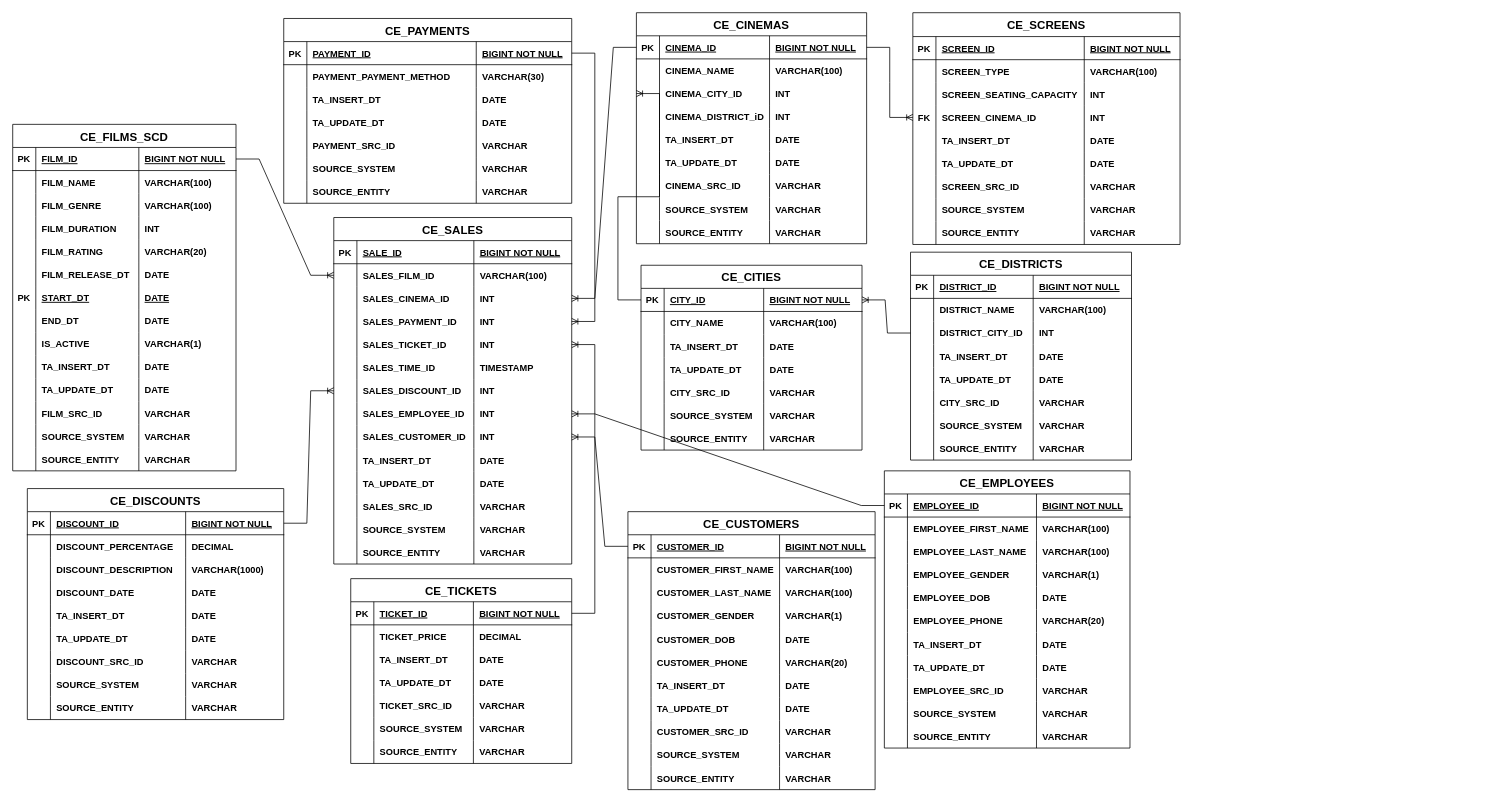
This is ticket_sales_3NF.drawio from GiorgiEz/DB-modeling, a draw.io file, before an edit. Source tidied: cells renumbered, new cells numbered last; positions are measured from the earlier drawing's top-left corner, leaving out a move shared by most shapes. Both pictures are drawn from the tidied source at 77%, with x=0, y=0 at pixel (12, 12).
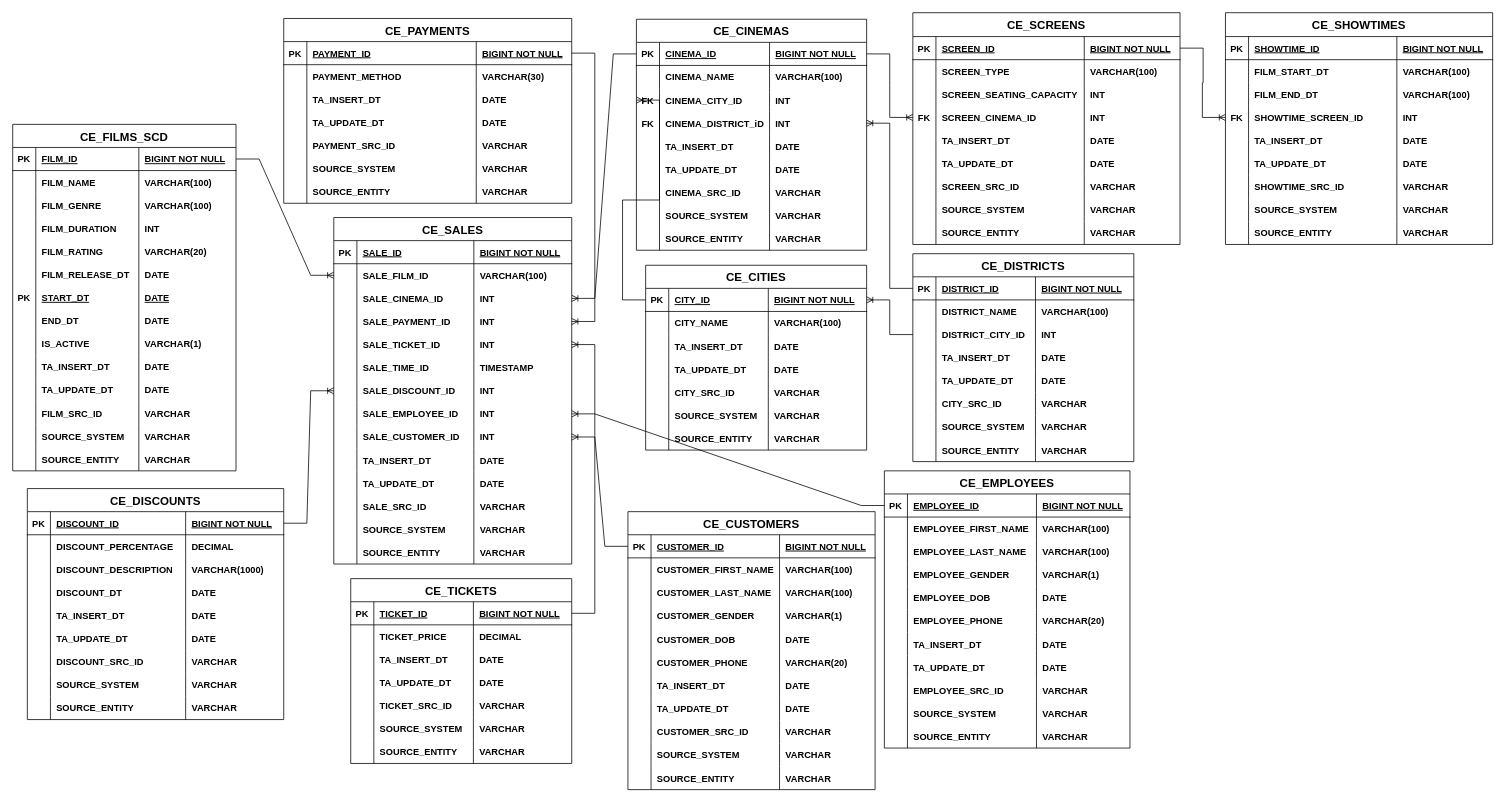
Above is the later version.

The change refers to these unchanged cells:
```xml
<mxCell id="68" style="shape=partialRectangle;fillColor=none;points=[[0,0.5],[1,0.5]];portConstraint=eastwest;top=0;left=0;right=0;bottom=0;" parent="59" vertex="1">
  <mxGeometry y="90" width="299" height="30" as="geometry" />
</mxCell>
<mxCell id="72" style="shape=partialRectangle;fillColor=none;points=[[0,0.5],[1,0.5]];portConstraint=eastwest;top=0;left=0;right=0;bottom=0;" parent="59" vertex="1">
  <mxGeometry y="120" width="299" height="30" as="geometry" />
</mxCell>
<mxCell id="97" style="shape=partialRectangle;fillColor=none;points=[[0,0.5],[1,0.5]];portConstraint=eastwest;top=0;left=0;right=0;bottom=1;" parent="96" vertex="1">
  <mxGeometry y="31" width="347" height="30" as="geometry" />
</mxCell>
<mxCell id="146" style="shape=partialRectangle;fillColor=none;top=0;left=0;right=0;bottom=0;" parent="133" vertex="1">
  <mxGeometry y="120" width="333" height="30" as="geometry" />
</mxCell>
<mxCell id="204" style="shape=partialRectangle;fillColor=none;top=0;left=0;right=0;bottom=0;" parent="199" vertex="1">
  <mxGeometry y="60" width="374" height="30" as="geometry" />
</mxCell>
<mxCell id="323" style="shape=partialRectangle;fillColor=none;points=[[0,0.5],[1,0.5]];portConstraint=eastwest;top=0;left=0;right=0;bottom=0;" parent="318" vertex="1">
  <mxGeometry y="60" width="309" height="30" as="geometry" />
</mxCell>
<mxCell id="327" style="shape=partialRectangle;fillColor=none;points=[[0,0.5],[1,0.5]];portConstraint=eastwest;top=0;left=0;right=0;bottom=0;" parent="318" vertex="1">
  <mxGeometry y="90" width="309" height="30" as="geometry" />
</mxCell>
<mxCell id="331" style="shape=partialRectangle;fillColor=none;points=[[0,0.5],[1,0.5]];portConstraint=eastwest;top=0;left=0;right=0;bottom=0;" parent="318" vertex="1">
  <mxGeometry y="120" width="309" height="30" as="geometry" />
</mxCell>
<mxCell id="335" style="shape=partialRectangle;fillColor=none;points=[[0,0.5],[1,0.5]];portConstraint=eastwest;top=0;left=0;right=0;bottom=0;" parent="318" vertex="1">
  <mxGeometry y="150" width="309" height="30" as="geometry" />
</mxCell>
<mxCell id="339" style="shape=partialRectangle;fillColor=none;top=0;left=0;right=0;bottom=0;" parent="318" vertex="1">
  <mxGeometry y="180" width="309" height="30" as="geometry" />
</mxCell>
<mxCell id="343" style="shape=partialRectangle;fillColor=none;points=[[0,0.5],[1,0.5]];portConstraint=eastwest;top=0;left=0;right=0;bottom=0;" parent="318" vertex="1">
  <mxGeometry y="210" width="309" height="30" as="geometry" />
</mxCell>
<mxCell id="347" style="shape=partialRectangle;fillColor=none;points=[[0,0.5],[1,0.5]];portConstraint=eastwest;top=0;left=0;right=0;bottom=0;" parent="318" vertex="1">
  <mxGeometry y="240" width="309" height="30" as="geometry" />
</mxCell>
<mxCell id="351" style="shape=partialRectangle;fillColor=none;points=[[0,0.5],[1,0.5]];portConstraint=eastwest;top=0;left=0;right=0;bottom=0;" parent="318" vertex="1">
  <mxGeometry y="270" width="309" height="30" as="geometry" />
</mxCell>
<mxCell id="363" style="shape=partialRectangle;fillColor=none;top=0;left=0;right=0;bottom=0;" parent="318" vertex="1">
  <mxGeometry y="360" width="309" height="30" as="geometry" />
</mxCell>
<mxCell id="414" style="shape=partialRectangle;fillColor=none;points=[[0,0.5],[1,0.5]];portConstraint=eastwest;top=0;left=0;right=0;bottom=1;" parent="413" vertex="1">
  <mxGeometry y="30" width="287" height="30" as="geometry" />
</mxCell>
```

Change to the diagram source:
```diff
@@
     <mxCell id="59" value="CE_CINEMAS" style="shape=table;startSize=30;childLayout=tableLayout;rowLines=0;fontStyle=1;align=center;fontSize=15;" parent="1" vertex="1">
-      <mxGeometry x="810" width="299" height="300" as="geometry" />
+      <mxGeometry x="810" y="8.5" width="299" height="300" as="geometry" />
     </mxCell>
@@
-    <mxCell id="69" style="shape=partialRectangle;overflow=hidden;fillColor=none;top=0;left=0;bottom=0;right=0;" parent="68" vertex="1">
+    <mxCell id="69" value="FK" style="shape=partialRectangle;overflow=hidden;fillColor=none;top=0;left=0;bottom=0;right=0;fontStyle=1;" parent="68" vertex="1">
       <mxGeometry width="30" height="30" as="geometry" />
     </mxCell>
@@
-    <mxCell id="73" style="shape=partialRectangle;overflow=hidden;fillColor=none;top=0;left=0;bottom=0;right=0;" parent="72" vertex="1">
+    <mxCell id="73" value="FK" style="shape=partialRectangle;overflow=hidden;fillColor=none;top=0;left=0;bottom=0;right=0;fontStyle=1;" parent="72" vertex="1">
       <mxGeometry width="30" height="30" as="geometry" />
     </mxCell>
@@
-    <mxCell id="148" value="DISCOUNT_DATE" style="shape=partialRectangle;overflow=hidden;fillColor=none;top=0;left=0;bottom=0;right=0;align=left;spacingLeft=6;fontStyle=1;" parent="146" vertex="1">
+    <mxCell id="148" value="DISCOUNT_DT" style="shape=partialRectangle;overflow=hidden;fillColor=none;top=0;left=0;bottom=0;right=0;align=left;spacingLeft=6;fontStyle=1;" parent="146" vertex="1">
       <mxGeometry x="30" width="175.6" height="30" as="geometry" />
     </mxCell>
@@
-    <mxCell id="206" value="PAYMENT_PAYMENT_METHOD" style="shape=partialRectangle;overflow=hidden;fillColor=none;top=0;left=0;bottom=0;right=0;align=left;spacingLeft=6;fontStyle=1;" parent="204" vertex="1">
+    <mxCell id="206" value="PAYMENT_METHOD" style="shape=partialRectangle;overflow=hidden;fillColor=none;top=0;left=0;bottom=0;right=0;align=left;spacingLeft=6;fontStyle=1;" parent="204" vertex="1">
       <mxGeometry x="30" width="220" height="30" as="geometry" />
     </mxCell>
@@
-    <mxCell id="325" value="SALES_FILM_ID" style="shape=partialRectangle;overflow=hidden;fillColor=none;top=0;left=0;bottom=0;right=0;align=left;spacingLeft=6;fontStyle=1;" parent="323" vertex="1">
+    <mxCell id="325" value="SALE_FILM_ID" style="shape=partialRectangle;overflow=hidden;fillColor=none;top=0;left=0;bottom=0;right=0;align=left;spacingLeft=6;fontStyle=1;" parent="323" vertex="1">
       <mxGeometry x="30" width="151.9" height="30" as="geometry" />
     </mxCell>
@@
-    <mxCell id="329" value="SALES_CINEMA_ID" style="shape=partialRectangle;overflow=hidden;fillColor=none;top=0;left=0;bottom=0;right=0;align=left;spacingLeft=6;fontStyle=1;" parent="327" vertex="1">
+    <mxCell id="329" value="SALE_CINEMA_ID" style="shape=partialRectangle;overflow=hidden;fillColor=none;top=0;left=0;bottom=0;right=0;align=left;spacingLeft=6;fontStyle=1;" parent="327" vertex="1">
       <mxGeometry x="30" width="151.9" height="30" as="geometry" />
     </mxCell>
@@
-    <mxCell id="333" value="SALES_PAYMENT_ID" style="shape=partialRectangle;overflow=hidden;fillColor=none;top=0;left=0;bottom=0;right=0;align=left;spacingLeft=6;fontStyle=1;" parent="331" vertex="1">
+    <mxCell id="333" value="SALE_PAYMENT_ID" style="shape=partialRectangle;overflow=hidden;fillColor=none;top=0;left=0;bottom=0;right=0;align=left;spacingLeft=6;fontStyle=1;" parent="331" vertex="1">
       <mxGeometry x="30" width="151.9" height="30" as="geometry" />
     </mxCell>
@@
-    <mxCell id="337" value="SALES_TICKET_ID" style="shape=partialRectangle;overflow=hidden;fillColor=none;top=0;left=0;bottom=0;right=0;align=left;spacingLeft=6;fontStyle=1;" parent="335" vertex="1">
+    <mxCell id="337" value="SALE_TICKET_ID" style="shape=partialRectangle;overflow=hidden;fillColor=none;top=0;left=0;bottom=0;right=0;align=left;spacingLeft=6;fontStyle=1;" parent="335" vertex="1">
       <mxGeometry x="30" width="151.9" height="30" as="geometry" />
     </mxCell>
@@
-    <mxCell id="341" value="SALES_TIME_ID" style="shape=partialRectangle;overflow=hidden;fillColor=none;top=0;left=0;bottom=0;right=0;align=left;spacingLeft=6;fontStyle=1;" parent="339" vertex="1">
+    <mxCell id="341" value="SALE_TIME_ID" style="shape=partialRectangle;overflow=hidden;fillColor=none;top=0;left=0;bottom=0;right=0;align=left;spacingLeft=6;fontStyle=1;" parent="339" vertex="1">
       <mxGeometry x="30" width="151.9" height="30" as="geometry" />
     </mxCell>
@@
-    <mxCell id="345" value="SALES_DISCOUNT_ID" style="shape=partialRectangle;overflow=hidden;fillColor=none;top=0;left=0;bottom=0;right=0;align=left;spacingLeft=6;fontStyle=1;" parent="343" vertex="1">
+    <mxCell id="345" value="SALE_DISCOUNT_ID" style="shape=partialRectangle;overflow=hidden;fillColor=none;top=0;left=0;bottom=0;right=0;align=left;spacingLeft=6;fontStyle=1;" parent="343" vertex="1">
       <mxGeometry x="30" width="151.9" height="30" as="geometry" />
     </mxCell>
@@
-    <mxCell id="349" value="SALES_EMPLOYEE_ID" style="shape=partialRectangle;overflow=hidden;fillColor=none;top=0;left=0;bottom=0;right=0;align=left;spacingLeft=6;fontStyle=1;" parent="347" vertex="1">
+    <mxCell id="349" value="SALE_EMPLOYEE_ID" style="shape=partialRectangle;overflow=hidden;fillColor=none;top=0;left=0;bottom=0;right=0;align=left;spacingLeft=6;fontStyle=1;" parent="347" vertex="1">
       <mxGeometry x="30" width="151.9" height="30" as="geometry" />
     </mxCell>
@@
-    <mxCell id="353" value="SALES_CUSTOMER_ID" style="shape=partialRectangle;overflow=hidden;fillColor=none;top=0;left=0;bottom=0;right=0;align=left;spacingLeft=6;fontStyle=1;" parent="351" vertex="1">
+    <mxCell id="353" value="SALE_CUSTOMER_ID" style="shape=partialRectangle;overflow=hidden;fillColor=none;top=0;left=0;bottom=0;right=0;align=left;spacingLeft=6;fontStyle=1;" parent="351" vertex="1">
       <mxGeometry x="30" width="151.9" height="30" as="geometry" />
     </mxCell>
@@
-    <mxCell id="365" value="SALES_SRC_ID" style="shape=partialRectangle;overflow=hidden;fillColor=none;top=0;left=0;bottom=0;right=0;align=left;spacingLeft=6;fontStyle=1;" parent="363" vertex="1">
+    <mxCell id="365" value="SALE_SRC_ID" style="shape=partialRectangle;overflow=hidden;fillColor=none;top=0;left=0;bottom=0;right=0;align=left;spacingLeft=6;fontStyle=1;" parent="363" vertex="1">
       <mxGeometry x="30" width="151.9" height="30" as="geometry" />
     </mxCell>
@@
     <mxCell id="383" value="CE_CITIES" style="shape=table;startSize=30;childLayout=tableLayout;rowLines=0;fontStyle=1;align=center;fontSize=15;" parent="1" vertex="1">
-      <mxGeometry x="816" y="328" width="287" height="240" as="geometry" />
+      <mxGeometry x="822" y="328" width="287" height="240" as="geometry" />
     </mxCell>
@@
     <mxCell id="413" value="CE_DISTRICTS" style="shape=table;startSize=30;childLayout=tableLayout;rowLines=0;fontStyle=1;align=center;fontSize=15;" parent="1" vertex="1">
-      <mxGeometry x="1166" y="311" width="287" height="270" as="geometry" />
+      <mxGeometry x="1169" y="313" width="287" height="270" as="geometry" />
     </mxCell>
@@
+    <mxCell id="447" value="CE_SHOWTIMES" style="shape=table;startSize=31;childLayout=tableLayout;rowLines=0;fontStyle=1;align=center;fontSize=15;" parent="1" vertex="1">
+      <mxGeometry x="1575" width="347" height="301" as="geometry" />
+    </mxCell>
+    <mxCell id="448" style="shape=partialRectangle;fillColor=none;top=0;left=0;right=0;bottom=1;" parent="447" vertex="1">
+      <mxGeometry y="31" width="347" height="30" as="geometry" />
+    </mxCell>
+    <mxCell id="449" value="PK" style="shape=partialRectangle;overflow=hidden;fillColor=none;top=0;left=0;bottom=0;right=0;fontStyle=1;" parent="448" vertex="1">
+      <mxGeometry width="30" height="30" as="geometry" />
+    </mxCell>
+    <mxCell id="450" value="SHOWTIME_ID" style="shape=partialRectangle;overflow=hidden;fillColor=none;top=0;left=0;bottom=0;right=0;align=left;spacingLeft=6;fontStyle=5;" parent="448" vertex="1">
+      <mxGeometry x="30" width="192.6" height="30" as="geometry" />
+    </mxCell>
+    <mxCell id="451" value="BIGINT NOT NULL" style="shape=partialRectangle;overflow=hidden;fillColor=none;top=0;left=0;bottom=0;right=0;align=left;spacingLeft=6;fontStyle=5;" parent="448" vertex="1">
+      <mxGeometry x="222.6" width="124.4" height="30" as="geometry" />
+    </mxCell>
+    <mxCell id="452" style="shape=partialRectangle;fillColor=none;top=0;left=0;right=0;bottom=0;" parent="447" vertex="1">
+      <mxGeometry y="61" width="347" height="30" as="geometry" />
+    </mxCell>
+    <mxCell id="453" style="shape=partialRectangle;overflow=hidden;fillColor=none;top=0;left=0;bottom=0;right=0;" parent="452" vertex="1">
+      <mxGeometry width="30" height="30" as="geometry" />
+    </mxCell>
+    <mxCell id="454" value="FILM_START_DT" style="shape=partialRectangle;overflow=hidden;fillColor=none;top=0;left=0;bottom=0;right=0;align=left;spacingLeft=6;fontStyle=1;" parent="452" vertex="1">
+      <mxGeometry x="30" width="192.6" height="30" as="geometry" />
+    </mxCell>
+    <mxCell id="455" value="VARCHAR(100)" style="shape=partialRectangle;overflow=hidden;fillColor=none;top=0;left=0;bottom=0;right=0;align=left;spacingLeft=6;fontStyle=1;" parent="452" vertex="1">
+      <mxGeometry x="222.6" width="124.4" height="30" as="geometry" />
+    </mxCell>
+    <mxCell id="456" style="shape=partialRectangle;fillColor=none;top=0;left=0;right=0;bottom=0;" parent="447" vertex="1">
+      <mxGeometry y="91" width="347" height="30" as="geometry" />
+    </mxCell>
+    <mxCell id="457" style="shape=partialRectangle;overflow=hidden;fillColor=none;top=0;left=0;bottom=0;right=0;" parent="456" vertex="1">
+      <mxGeometry width="30" height="30" as="geometry" />
+    </mxCell>
+    <mxCell id="458" value="FILM_END_DT" style="shape=partialRectangle;overflow=hidden;fillColor=none;top=0;left=0;bottom=0;right=0;align=left;spacingLeft=6;fontStyle=1;" parent="456" vertex="1">
+      <mxGeometry x="30" width="192.6" height="30" as="geometry" />
+    </mxCell>
+    <mxCell id="459" value="VARCHAR(100)" style="shape=partialRectangle;overflow=hidden;fillColor=none;top=0;left=0;bottom=0;right=0;align=left;spacingLeft=6;fontStyle=1;" parent="456" vertex="1">
+      <mxGeometry x="222.6" width="124.4" height="30" as="geometry" />
+    </mxCell>
+    <mxCell id="460" style="shape=partialRectangle;fillColor=none;points=[[0,0.5],[1,0.5]];portConstraint=eastwest;top=0;left=0;right=0;bottom=0;" parent="447" vertex="1">
+      <mxGeometry y="121" width="347" height="30" as="geometry" />
+    </mxCell>
+    <mxCell id="461" value="FK" style="shape=partialRectangle;overflow=hidden;fillColor=none;top=0;left=0;bottom=0;right=0;fontStyle=1;" parent="460" vertex="1">
+      <mxGeometry width="30" height="30" as="geometry" />
+    </mxCell>
+    <mxCell id="462" value="SHOWTIME_SCREEN_ID" style="shape=partialRectangle;overflow=hidden;fillColor=none;top=0;left=0;bottom=0;right=0;align=left;spacingLeft=6;fontStyle=1;" parent="460" vertex="1">
+      <mxGeometry x="30" width="192.6" height="30" as="geometry" />
+    </mxCell>
+    <mxCell id="463" value="INT" style="shape=partialRectangle;overflow=hidden;fillColor=none;top=0;left=0;bottom=0;right=0;align=left;spacingLeft=6;fontStyle=1;" parent="460" vertex="1">
+      <mxGeometry x="222.6" width="124.4" height="30" as="geometry" />
+    </mxCell>
+    <mxCell id="464" style="shape=partialRectangle;fillColor=none;top=0;left=0;right=0;bottom=0;" parent="447" vertex="1">
+      <mxGeometry y="151" width="347" height="30" as="geometry" />
+    </mxCell>
+    <mxCell id="465" style="shape=partialRectangle;overflow=hidden;fillColor=none;top=0;left=0;bottom=0;right=0;" parent="464" vertex="1">
+      <mxGeometry width="30" height="30" as="geometry" />
+    </mxCell>
+    <mxCell id="466" value="TA_INSERT_DT" style="shape=partialRectangle;overflow=hidden;fillColor=none;top=0;left=0;bottom=0;right=0;align=left;spacingLeft=6;fontStyle=1;" parent="464" vertex="1">
+      <mxGeometry x="30" width="192.6" height="30" as="geometry" />
+    </mxCell>
+    <mxCell id="467" value="DATE" style="shape=partialRectangle;overflow=hidden;fillColor=none;top=0;left=0;bottom=0;right=0;align=left;spacingLeft=6;fontStyle=1;" parent="464" vertex="1">
+      <mxGeometry x="222.6" width="124.4" height="30" as="geometry" />
+    </mxCell>
+    <mxCell id="468" style="shape=partialRectangle;fillColor=none;top=0;left=0;right=0;bottom=0;" parent="447" vertex="1">
+      <mxGeometry y="181" width="347" height="30" as="geometry" />
+    </mxCell>
+    <mxCell id="469" style="shape=partialRectangle;overflow=hidden;fillColor=none;top=0;left=0;bottom=0;right=0;" parent="468" vertex="1">
+      <mxGeometry width="30" height="30" as="geometry" />
+    </mxCell>
+    <mxCell id="470" value="TA_UPDATE_DT" style="shape=partialRectangle;overflow=hidden;fillColor=none;top=0;left=0;bottom=0;right=0;align=left;spacingLeft=6;fontStyle=1;" parent="468" vertex="1">
+      <mxGeometry x="30" width="192.6" height="30" as="geometry" />
+    </mxCell>
+    <mxCell id="471" value="DATE" style="shape=partialRectangle;overflow=hidden;fillColor=none;top=0;left=0;bottom=0;right=0;align=left;spacingLeft=6;fontStyle=1;" parent="468" vertex="1">
+      <mxGeometry x="222.6" width="124.4" height="30" as="geometry" />
+    </mxCell>
+    <mxCell id="472" style="shape=partialRectangle;fillColor=none;top=0;left=0;right=0;bottom=0;" parent="447" vertex="1">
+      <mxGeometry y="211" width="347" height="30" as="geometry" />
+    </mxCell>
+    <mxCell id="473" style="shape=partialRectangle;overflow=hidden;fillColor=none;top=0;left=0;bottom=0;right=0;" parent="472" vertex="1">
+      <mxGeometry width="30" height="30" as="geometry" />
+    </mxCell>
+    <mxCell id="474" value="SHOWTIME_SRC_ID" style="shape=partialRectangle;overflow=hidden;fillColor=none;top=0;left=0;bottom=0;right=0;align=left;spacingLeft=6;fontStyle=1;" parent="472" vertex="1">
+      <mxGeometry x="30" width="192.6" height="30" as="geometry" />
+    </mxCell>
+    <mxCell id="475" value="VARCHAR" style="shape=partialRectangle;overflow=hidden;fillColor=none;top=0;left=0;bottom=0;right=0;align=left;spacingLeft=6;fontStyle=1;" parent="472" vertex="1">
+      <mxGeometry x="222.6" width="124.4" height="30" as="geometry" />
+    </mxCell>
+    <mxCell id="476" style="shape=partialRectangle;fillColor=none;top=0;left=0;right=0;bottom=0;" parent="447" vertex="1">
+      <mxGeometry y="241" width="347" height="30" as="geometry" />
+    </mxCell>
+    <mxCell id="477" style="shape=partialRectangle;overflow=hidden;fillColor=none;top=0;left=0;bottom=0;right=0;" parent="476" vertex="1">
+      <mxGeometry width="30" height="30" as="geometry" />
+    </mxCell>
+    <mxCell id="478" value="SOURCE_SYSTEM" style="shape=partialRectangle;overflow=hidden;fillColor=none;top=0;left=0;bottom=0;right=0;align=left;spacingLeft=6;fontStyle=1;" parent="476" vertex="1">
+      <mxGeometry x="30" width="192.6" height="30" as="geometry" />
+    </mxCell>
+    <mxCell id="479" value="VARCHAR" style="shape=partialRectangle;overflow=hidden;fillColor=none;top=0;left=0;bottom=0;right=0;align=left;spacingLeft=6;fontStyle=1;" parent="476" vertex="1">
+      <mxGeometry x="222.6" width="124.4" height="30" as="geometry" />
+    </mxCell>
+    <mxCell id="480" style="shape=partialRectangle;fillColor=none;top=0;left=0;right=0;bottom=0;" parent="447" vertex="1">
+      <mxGeometry y="271" width="347" height="30" as="geometry" />
+    </mxCell>
+    <mxCell id="481" style="shape=partialRectangle;overflow=hidden;fillColor=none;top=0;left=0;bottom=0;right=0;" parent="480" vertex="1">
+      <mxGeometry width="30" height="30" as="geometry" />
+    </mxCell>
+    <mxCell id="482" value="SOURCE_ENTITY" style="shape=partialRectangle;overflow=hidden;fillColor=none;top=0;left=0;bottom=0;right=0;align=left;spacingLeft=6;fontStyle=1;" parent="480" vertex="1">
+      <mxGeometry x="30" width="192.6" height="30" as="geometry" />
+    </mxCell>
+    <mxCell id="483" value="VARCHAR" style="shape=partialRectangle;overflow=hidden;fillColor=none;top=0;left=0;bottom=0;right=0;align=left;spacingLeft=6;fontStyle=1;" parent="480" vertex="1">
+      <mxGeometry x="222.6" width="124.4" height="30" as="geometry" />
+    </mxCell>
+    <mxCell id="484" style="edgeStyle=entityRelationEdgeStyle;fontSize=12;html=1;endArrow=ERoneToMany;rounded=0;entryX=0;entryY=0.5;entryDx=0;entryDy=0;" parent="1" edge="1" source="97" target="460">
+      <mxGeometry relative="1" as="geometry">
+        <Array as="points">
+          <mxPoint x="288" y="512" />
+          <mxPoint x="352" y="547" />
+          <mxPoint x="267" y="520" />
+          <mxPoint x="266" y="517" />
+        </Array>
+      </mxGeometry>
+    </mxCell>
+    <mxCell id="485" style="edgeStyle=entityRelationEdgeStyle;fontSize=12;html=1;endArrow=ERoneToMany;rounded=0;exitX=0;exitY=0.5;exitDx=0;exitDy=0;entryX=1;entryY=0.5;entryDx=0;entryDy=0;" parent="1" edge="1" source="414" target="72">
+      <mxGeometry relative="1" as="geometry">
+        <Array as="points">
+          <mxPoint x="238" y="462" />
+          <mxPoint x="302" y="493" />
+          <mxPoint x="302" y="497" />
+          <mxPoint x="217" y="470" />
+          <mxPoint x="216" y="467" />
+        </Array>
+      </mxGeometry>
+    </mxCell>
```
